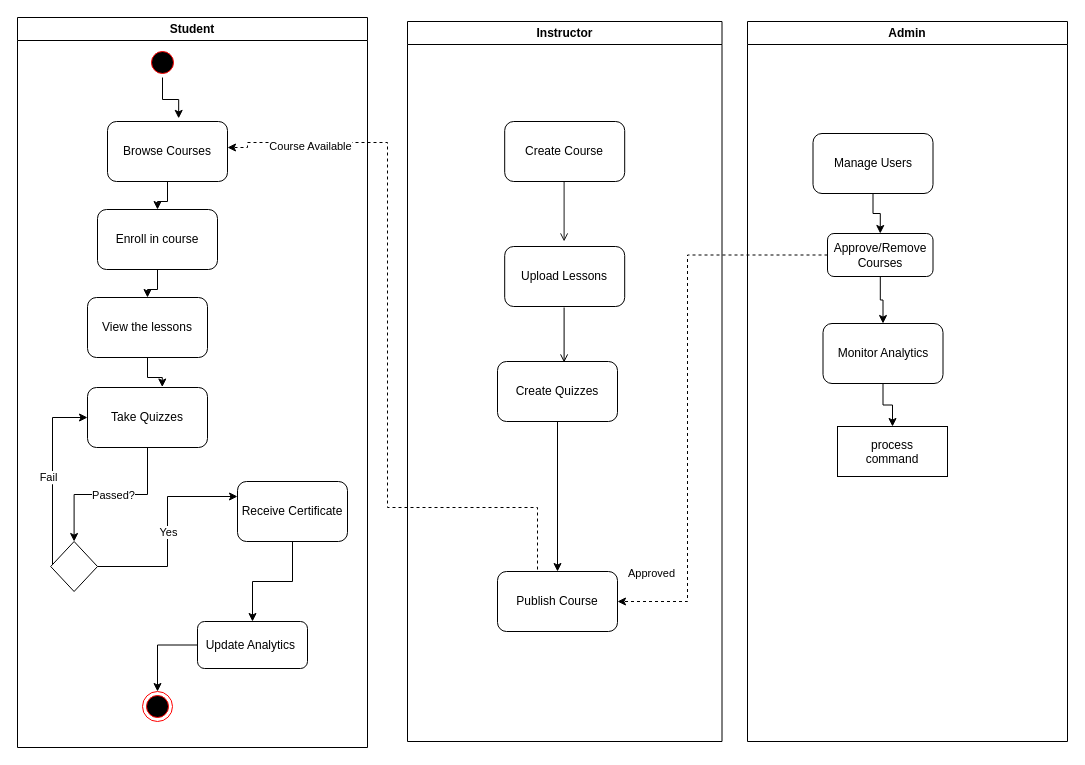
The draw.io diagram EnrollCourseActivity.drawio in Ayman71/SkillForge-UML-Design, before the edit. Source tidied: cells renumbered, new cells numbered last; positions are measured from the earlier drawing's top-left corner, leaving out a move shared by most shapes. Both pictures are drawn from the tidied source at 100%, with x=0, y=0 at pixel (17, 17).
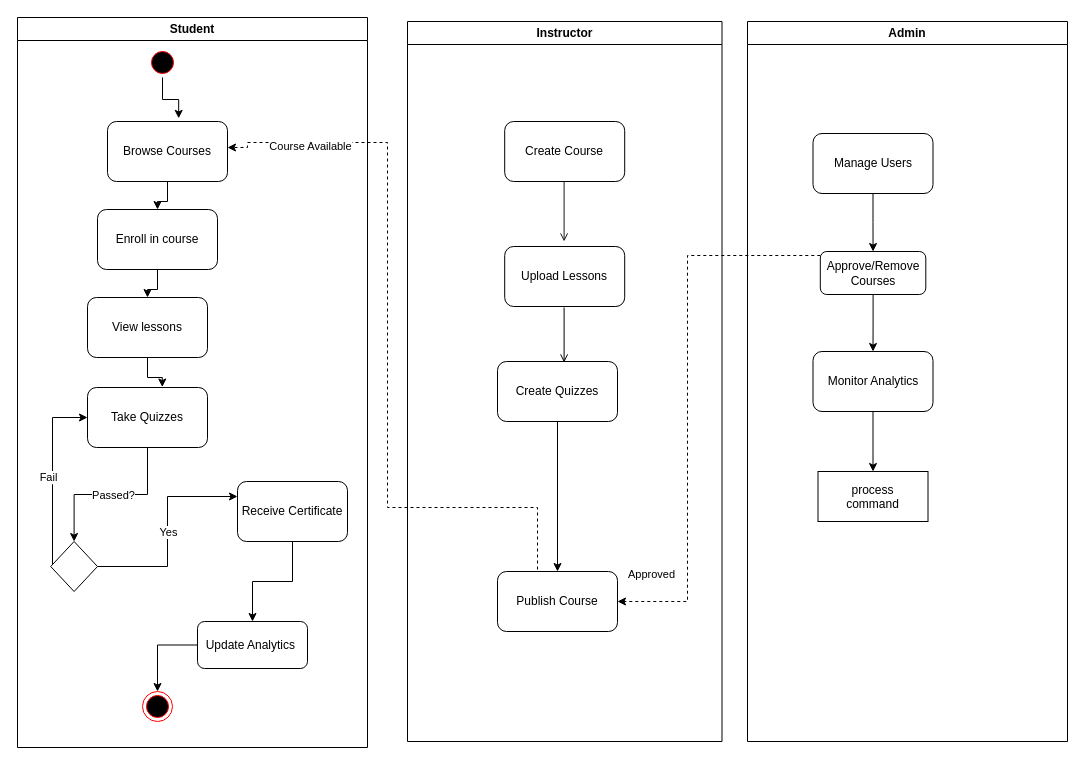
The same diagram, later.

The change refers to these unchanged cells:
```xml
<mxCell id="2" value="Student" style="swimlane;whiteSpace=wrap;" parent="1" vertex="1">
  <mxGeometry width="350" height="730" as="geometry" />
</mxCell>
<mxCell id="36" value="Admin" style="swimlane;whiteSpace=wrap;startSize=23;" parent="1" vertex="1">
  <mxGeometry x="730" y="4" width="320" height="720" as="geometry" />
</mxCell>
```

The edit, as a diff of the source:
```diff
@@
-    <mxCell id="8" value="View the lessons" style="rounded=1;whiteSpace=wrap;html=1;" parent="2" vertex="1">
+    <mxCell id="8" value="View lessons" style="rounded=1;whiteSpace=wrap;html=1;" parent="2" vertex="1">
       <mxGeometry x="70" y="280" width="120" height="60" as="geometry" />
     </mxCell>
@@
     <mxCell id="37" value="process&#10;command" parent="36" vertex="1">
-      <mxGeometry x="90" y="405" width="110" height="50" as="geometry" />
+      <mxGeometry x="70.5" y="450" width="110" height="50" as="geometry" />
     </mxCell>
@@
     <mxCell id="39" value="Monitor Analytics" style="rounded=1;whiteSpace=wrap;html=1;" parent="36" vertex="1">
-      <mxGeometry x="75.5" y="302" width="120" height="60" as="geometry" />
+      <mxGeometry x="65.5" y="330" width="120" height="60" as="geometry" />
     </mxCell>
@@
     <mxCell id="43" value="Approve/Remove Courses" style="rounded=1;whiteSpace=wrap;html=1;" parent="36" vertex="1">
-      <mxGeometry x="80" y="212" width="105.5" height="43" as="geometry" />
+      <mxGeometry x="72.8" y="230" width="105.5" height="43" as="geometry" />
     </mxCell>
```
